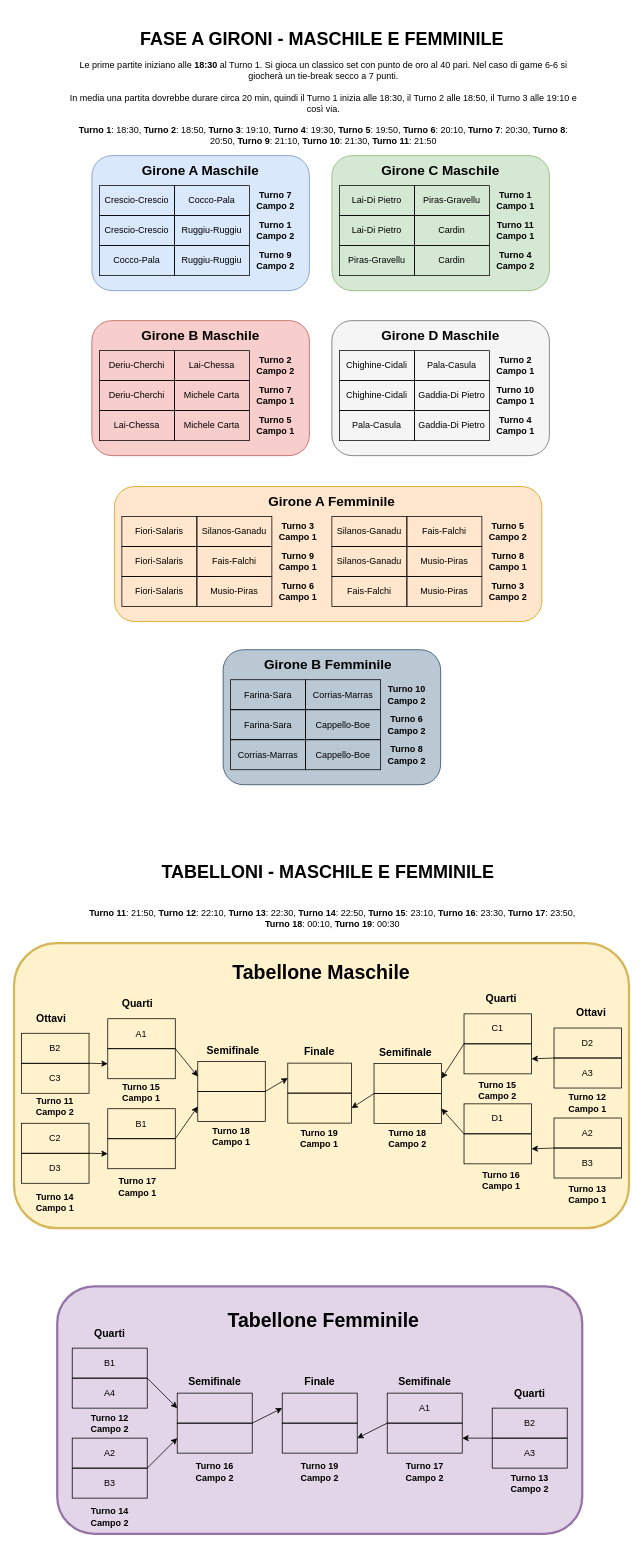
Earlier version of the draw.io diagram torneo-padel-2024/tabellone.drawio (cscalaresu/tornei). Source tidied: cells renumbered, new cells numbered last; positions are measured from the earlier drawing's top-left corner, leaving out a move shared by most shapes. Both pictures are drawn from the tidied source at 75%, with x=0, y=0 at pixel (14, 13).
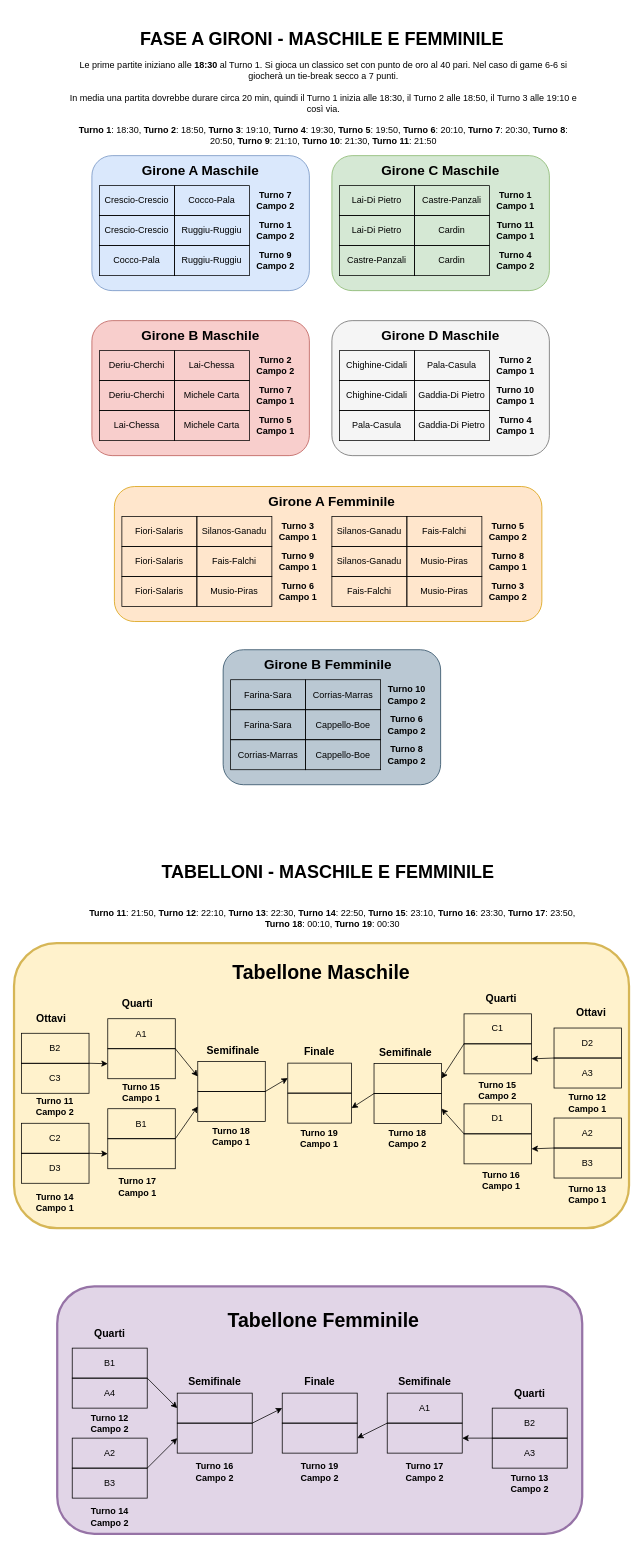
Above is the later version.

Commit message (it also covers changes not shown here):
changed torneo padel 2024

The edit, as a diff of the source:
```diff
@@
-    <mxCell id="26" value="Piras-Gravellu" style="rounded=0;whiteSpace=wrap;html=1;fillColor=none;" parent="1" vertex="1">
+    <mxCell id="26" value="Castre-Panzali" style="rounded=0;whiteSpace=wrap;html=1;fillColor=none;" parent="1" vertex="1">
       <mxGeometry x="534" y="230" width="100" height="40" as="geometry" />
     </mxCell>
@@
-    <mxCell id="29" value="Piras-Gravellu" style="rounded=0;whiteSpace=wrap;html=1;fillColor=none;" parent="1" vertex="1">
+    <mxCell id="29" value="Castre-Panzali" style="rounded=0;whiteSpace=wrap;html=1;fillColor=none;" parent="1" vertex="1">
       <mxGeometry x="434" y="310" width="100" height="40" as="geometry" />
     </mxCell>
```
